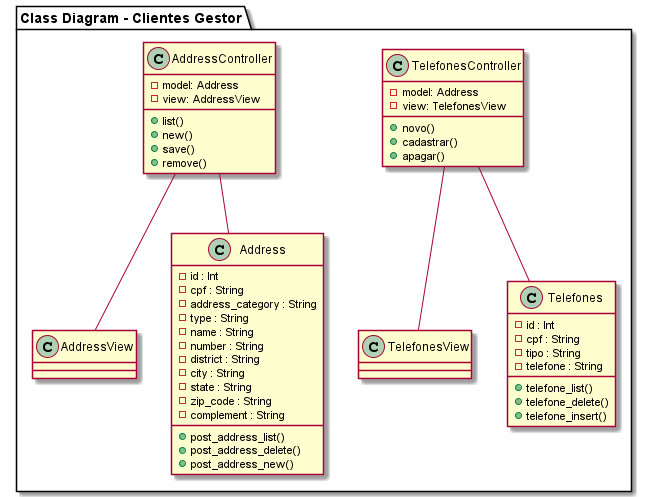
Before: modelagem/Class_Diagram.png, a diagram exported from PlantUML (douglascarlos-dev/Clientes-Gestor).
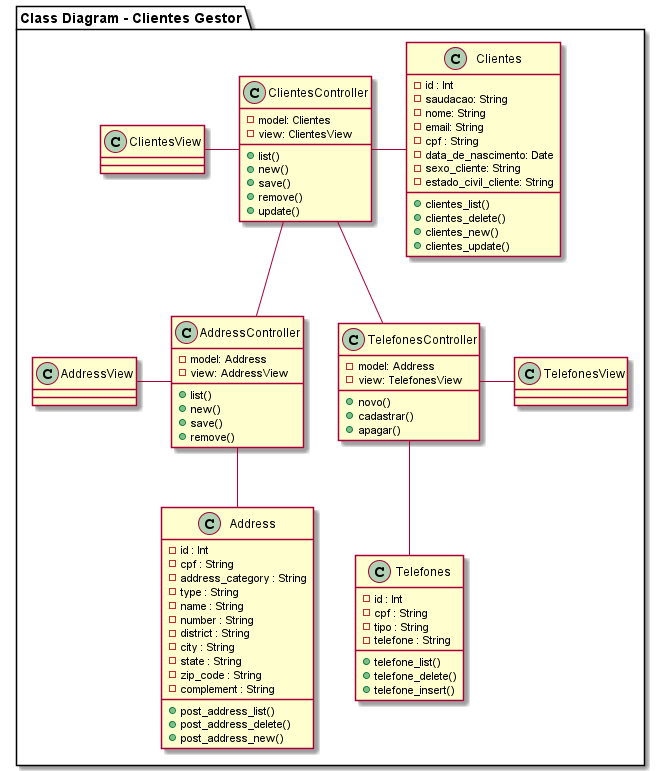
After the commit.

Commit message:
:memo: Atualização da documentação e diagramas de UML.

What changed in the source:
```diff
@@ -2,11 +2,41 @@
 
 package "Class Diagram - Clientes Gestor" {
 
-TelefonesController -- TelefonesView
+ClientesController -left- ClientesView
+ClientesController -right- Clientes
+ClientesController -- AddressController
+ClientesController -- TelefonesController
+
+AddressController -left- AddressView
+AddressController -- Address
+
+TelefonesController -right- TelefonesView
 TelefonesController -- Telefones
 
-AddressController -- AddressView
-AddressController -- Address
+class ClientesController {
+    -model: Clientes
+    -view: ClientesView
+    +list()
+    +new()
+    +save()
+    +remove()
+    +update()
+}
+
+class Clientes {
+    -id : Int
+    -saudacao: String
+    -nome: String
+    -email: String
+    -cpf : String
+    -data_de_nascimento: Date
+    -sexo_cliente: String
+    -estado_civil_cliente: String
+    +clientes_list()
+    +clientes_delete()
+    +clientes_new()
+    +clientes_update()
+}
 
 class AddressController {
     -model: Address
```
